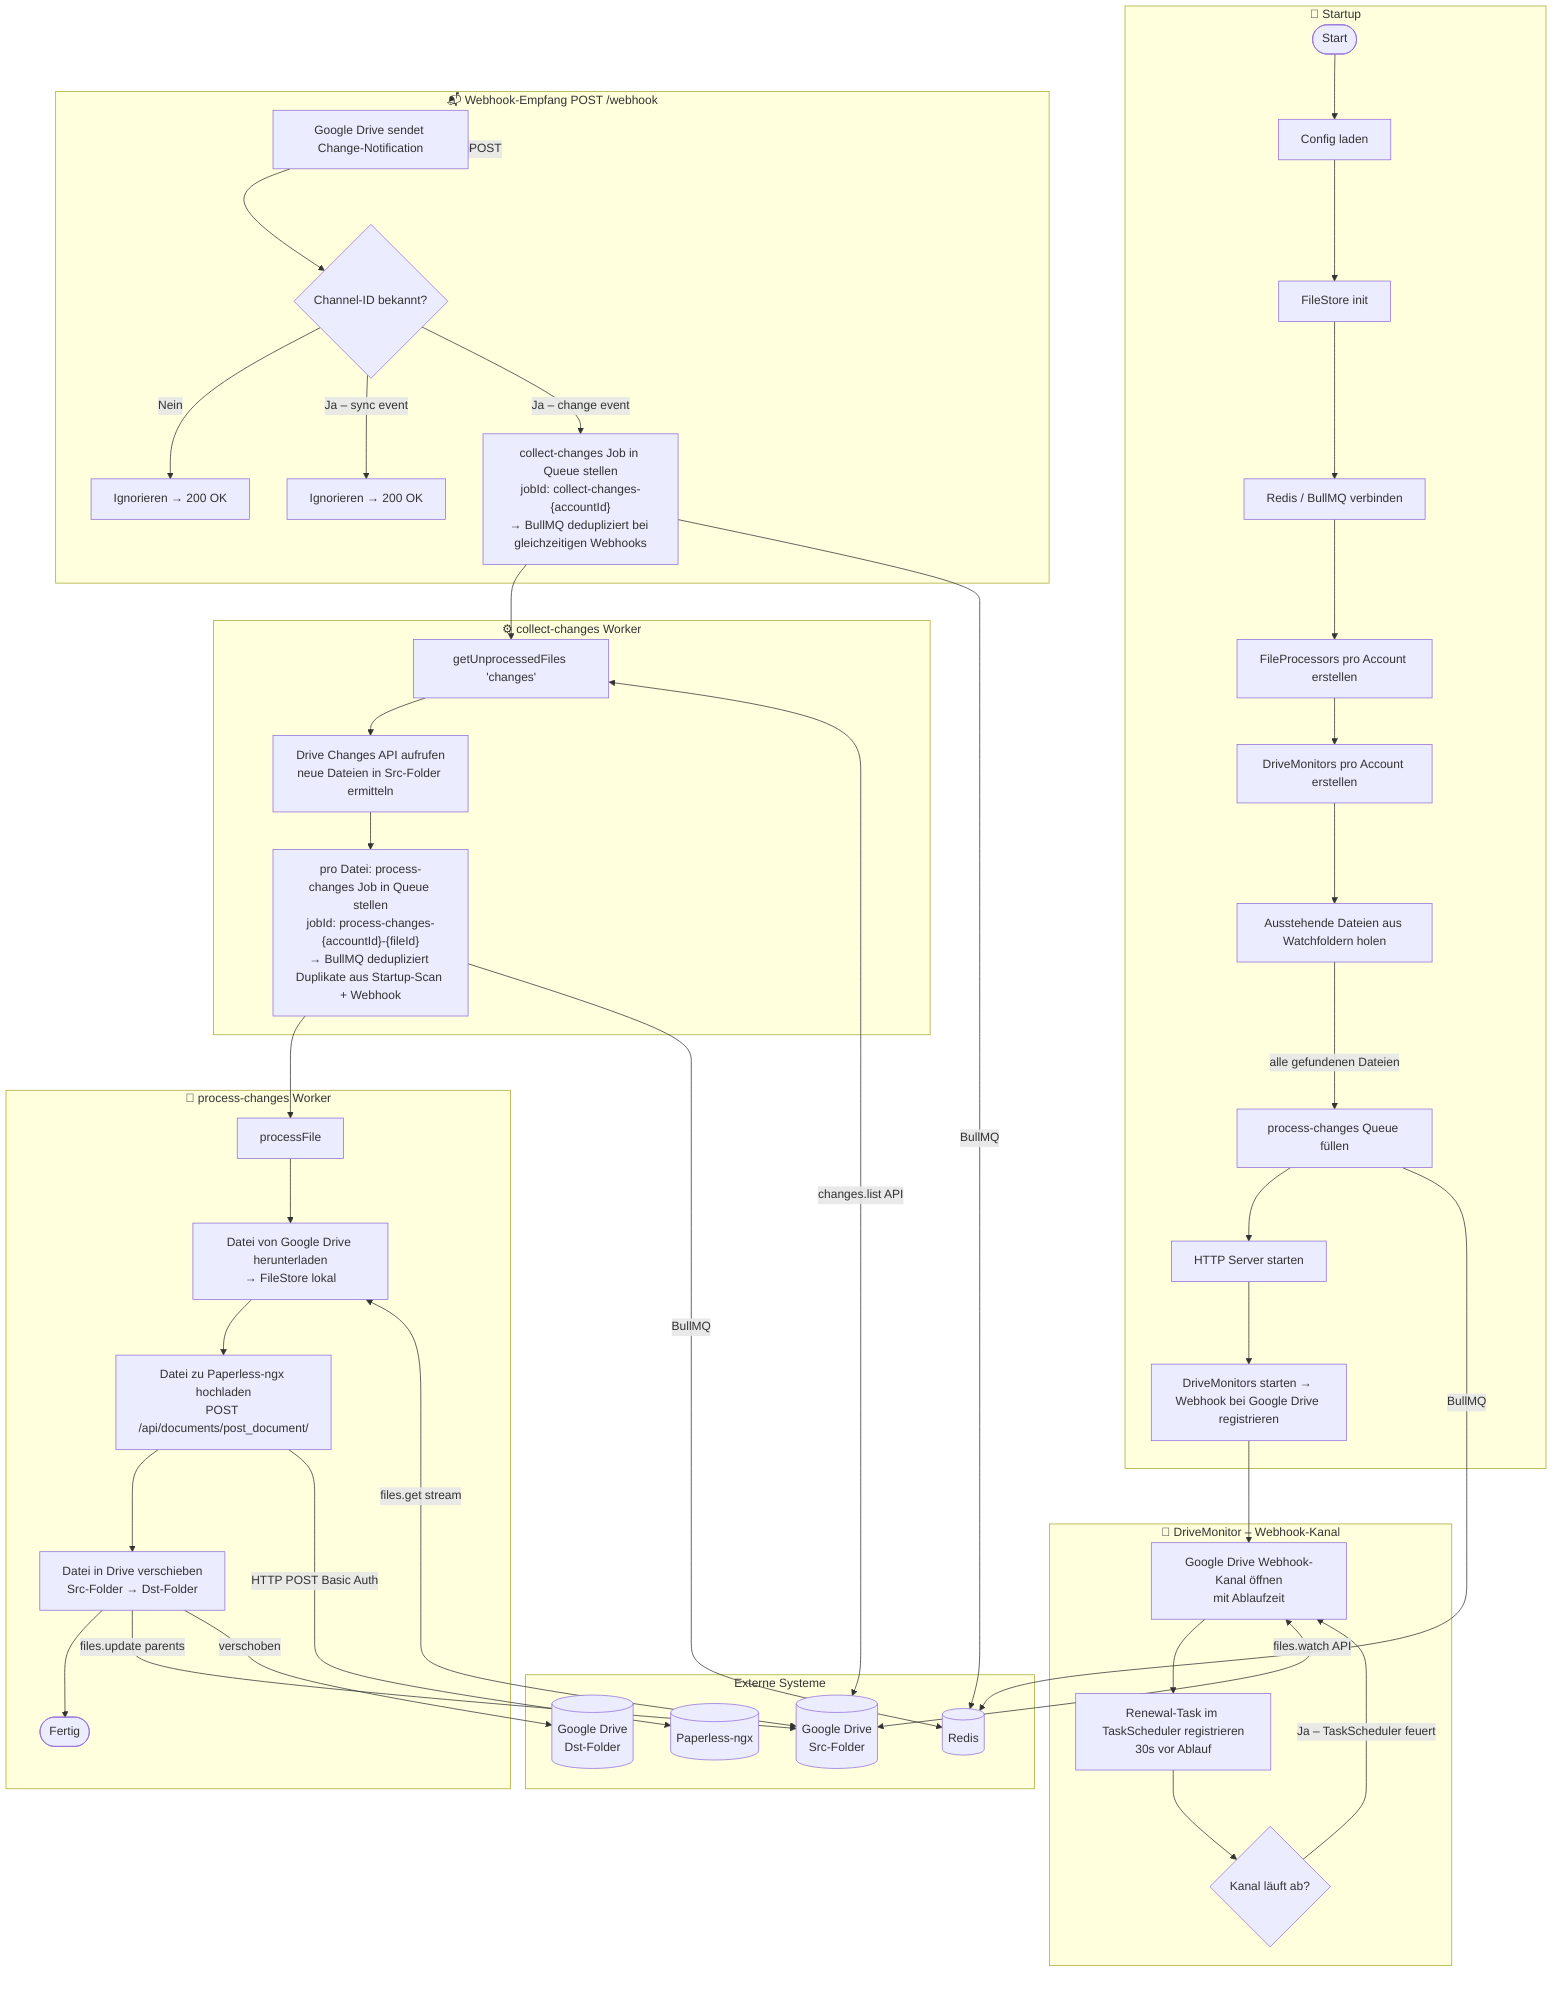
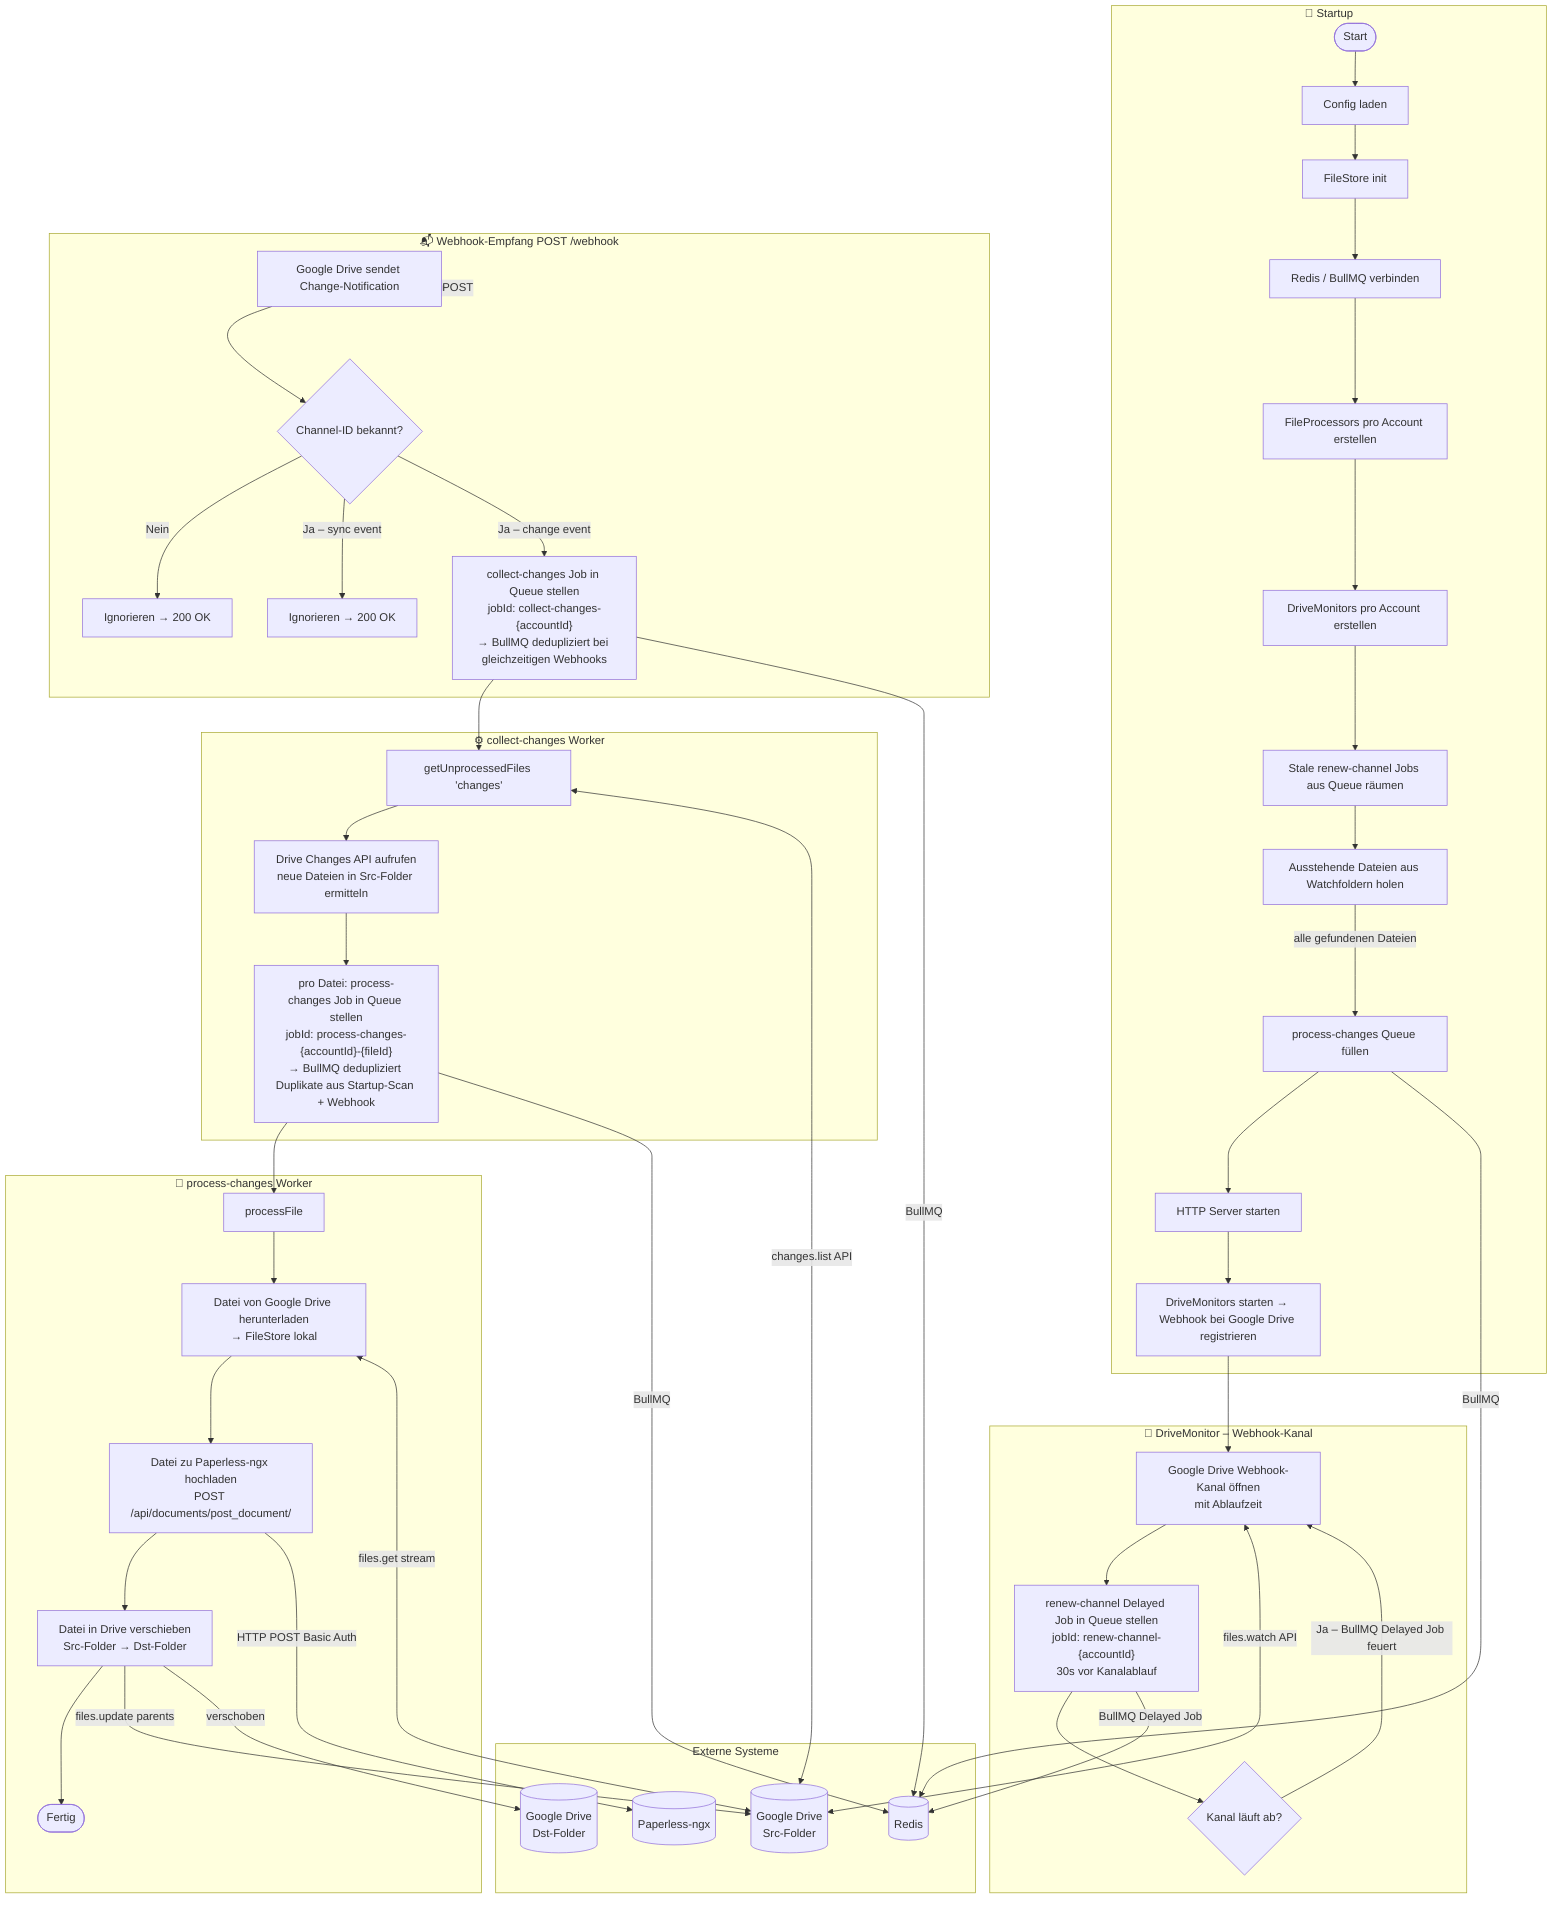
flowchart TD
    subgraph INIT["🚀 Startup"]
        A([Start]) --> B[Config laden]
        B --> C[FileStore init]
        C --> D[Redis / BullMQ verbinden]
        D --> E[FileProcessors pro Account erstellen]
        E --> F[DriveMonitors pro Account erstellen]
-         F --> G[Ausstehende Dateien aus Watchfoldern holen]
-         G -->|alle gefundenen Dateien| H[process-changes Queue füllen]
-         H --> I[HTTP Server starten]
-         I --> J[DriveMonitors starten → Webhook bei Google Drive registrieren]
+         F --> G[Stale renew-channel Jobs aus Queue räumen]
+         G --> H[Ausstehende Dateien aus Watchfoldern holen]
+         H -->|alle gefundenen Dateien| I[process-changes Queue füllen]
+         I --> J[HTTP Server starten]
+         J --> K[DriveMonitors starten → Webhook bei Google Drive registrieren]
    end

    subgraph MONITOR["🔔 DriveMonitor – Webhook-Kanal"]
-         J --> K[Google Drive Webhook-Kanal öffnen\nmit Ablaufzeit]
-         K --> L[Renewal-Task im TaskScheduler registrieren\n30s vor Ablauf]
-         L --> M{Kanal läuft ab?}
-         M -->|Ja – TaskScheduler feuert| K
+         K --> L[Google Drive Webhook-Kanal öffnen\nmit Ablaufzeit]
+         L --> M["renew-channel Delayed Job in Queue stellen\njobId: renew-channel-{accountId}\n30s vor Kanalablauf"]
+         M --> N{Kanal läuft ab?}
+         N -->|Ja – BullMQ Delayed Job feuert| L
    end

    subgraph WEBHOOK["📬 Webhook-Empfang POST /webhook"]
-         N[Google Drive sendet Change-Notification] --> O{Channel-ID bekannt?}
-         O -->|Nein| P[Ignorieren → 200 OK]
-         O -->|Ja – sync event| Q[Ignorieren → 200 OK]
-         O -->|Ja – change event| R["collect-changes Job in Queue stellen\njobId: collect-changes-{accountId}\n→ BullMQ dedupliziert bei gleichzeitigen Webhooks"]
+         O[Google Drive sendet Change-Notification] --> P{Channel-ID bekannt?}
+         P -->|Nein| Q[Ignorieren → 200 OK]
+         P -->|Ja – sync event| R[Ignorieren → 200 OK]
+         P -->|Ja – change event| S["collect-changes Job in Queue stellen\njobId: collect-changes-{accountId}\n→ BullMQ dedupliziert bei gleichzeitigen Webhooks"]
    end

    subgraph COLLECT["⚙️ collect-changes Worker"]
-         R --> S[getUnprocessedFiles 'changes']
-         S --> T[Drive Changes API aufrufen\nneue Dateien in Src-Folder ermitteln]
-         T --> U["pro Datei: process-changes Job in Queue stellen\njobId: process-changes-{accountId}-{fileId}\n→ BullMQ dedupliziert Duplikate aus Startup-Scan + Webhook"]
+         S --> T[getUnprocessedFiles 'changes']
+         T --> U[Drive Changes API aufrufen\nneue Dateien in Src-Folder ermitteln]
+         U --> V["pro Datei: process-changes Job in Queue stellen\njobId: process-changes-{accountId}-{fileId}\n→ BullMQ dedupliziert Duplikate aus Startup-Scan + Webhook"]
    end

    subgraph PROCESS["📄 process-changes Worker"]
-         U --> V[processFile]
-         V --> W[Datei von Google Drive herunterladen\n→ FileStore lokal]
-         W --> X[Datei zu Paperless-ngx hochladen\nPOST /api/documents/post_document/]
-         X --> Y[Datei in Drive verschieben\nSrc-Folder → Dst-Folder]
-         Y --> Z([Fertig])
+         V --> W[processFile]
+         W --> X[Datei von Google Drive herunterladen\n→ FileStore lokal]
+         X --> Y[Datei zu Paperless-ngx hochladen\nPOST /api/documents/post_document/]
+         Y --> Z[Datei in Drive verschieben\nSrc-Folder → Dst-Folder]
+         Z --> AA([Fertig])
    end

    subgraph EXTERNAL["Externe Systeme"]
        GD[(Google Drive\nSrc-Folder)]
        GD2[(Google Drive\nDst-Folder)]
        PL[(Paperless-ngx)]
        RD[(Redis)]
    end

-     K <-->|files.watch API| GD
-     N -->|HTTP POST| WEBHOOK
-     S <-->|changes.list API| GD
-     W <-->|files.get stream| GD
-     X -->|HTTP POST Basic Auth| PL
-     Y -->|files.update parents| GD
-     Y -->|verschoben| GD2
-     R -->|BullMQ| RD
-     U -->|BullMQ| RD
-     H -->|BullMQ| RD
+     L <-->|files.watch API| GD
+     O -->|HTTP POST| WEBHOOK
+     T <-->|changes.list API| GD
+     X <-->|files.get stream| GD
+     Y -->|HTTP POST Basic Auth| PL
+     Z -->|files.update parents| GD
+     Z -->|verschoben| GD2
+     S -->|BullMQ| RD
+     V -->|BullMQ| RD
+     I -->|BullMQ| RD
+     M -->|BullMQ Delayed Job| RD
